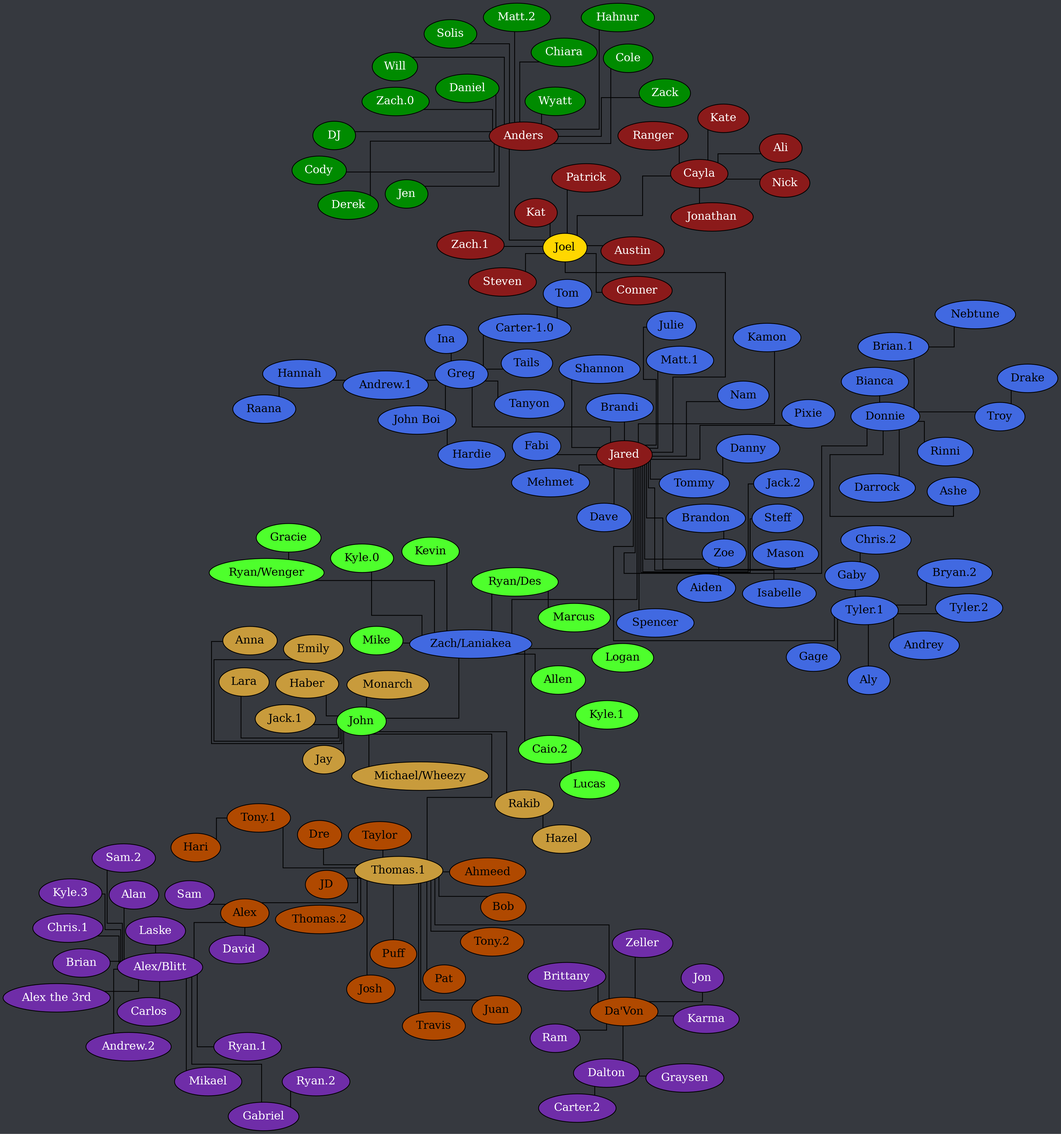
Earlier version of the Graphviz export tree.png (Documidas/CoronaCatzFamilyTree). Its source is kept beside it as tree.dot.
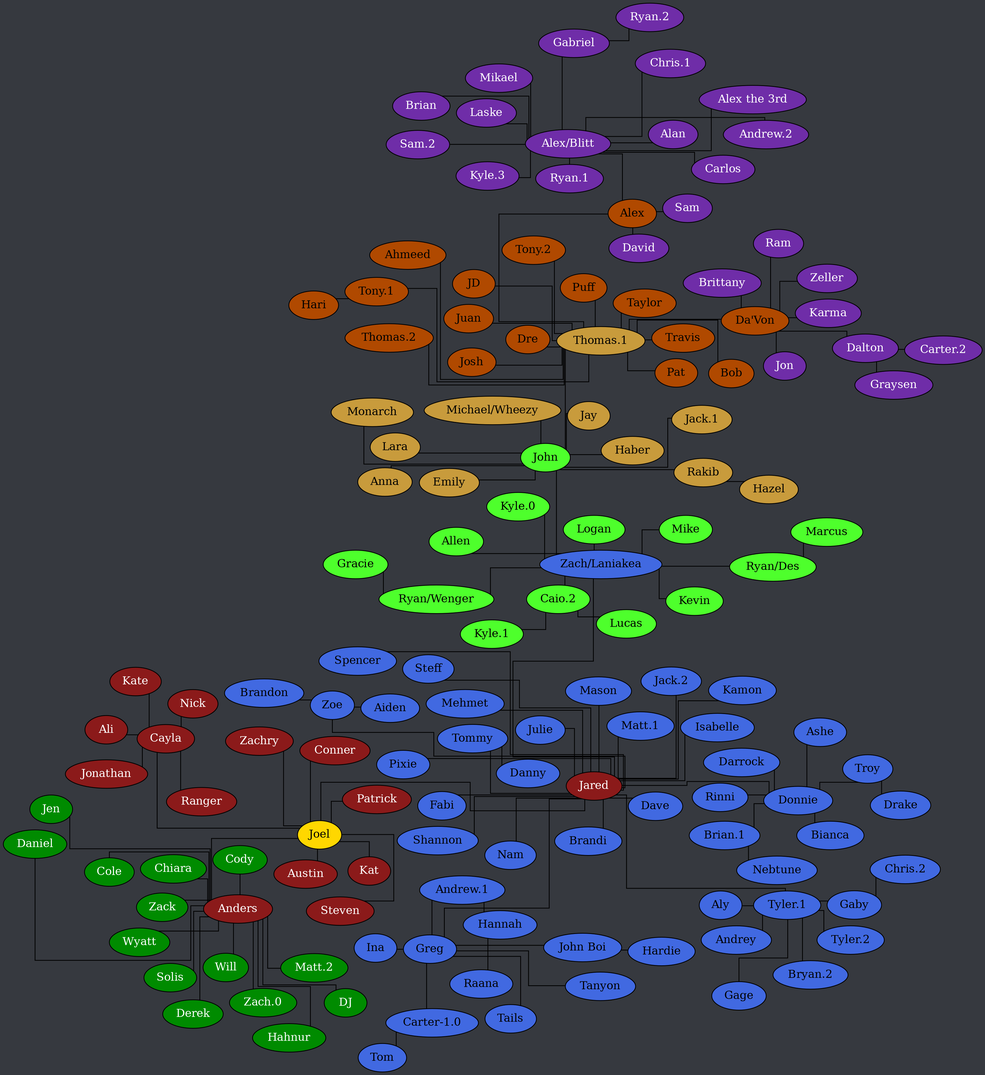
The same diagram one commit later.

Commit message:
Rename Zach.1 to Zachry

What changed in the source:
```diff
@@ -28,7 +28,7 @@
 		Joel -- Kat;
 		Joel -- Patrick;
 		Joel -- Steven;
-		Joel -- "Zach.1";
+		Joel -- "Zachry";
 	}
 
 	subgraph "Anders" {
```
